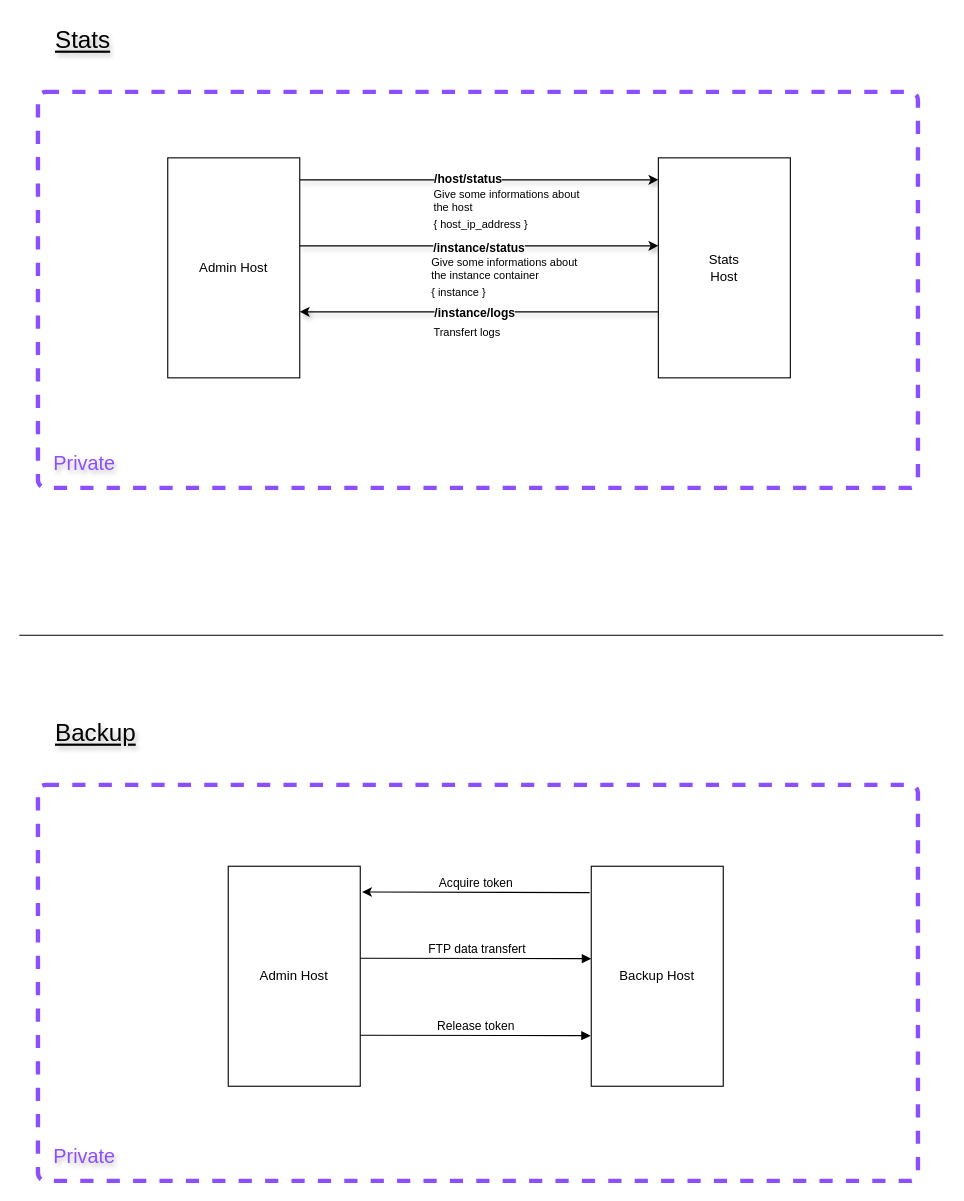
Above: doc/Admin.drawio in yesbabylon/b2 (draw.io), before the change. Source tidied: cells renumbered, new cells numbered last; positions are measured from the earlier drawing's top-left corner, leaving out a move shared by most shapes. Both pictures are drawn from the tidied source at 110%, with x=0, y=0 at pixel (19, 19).
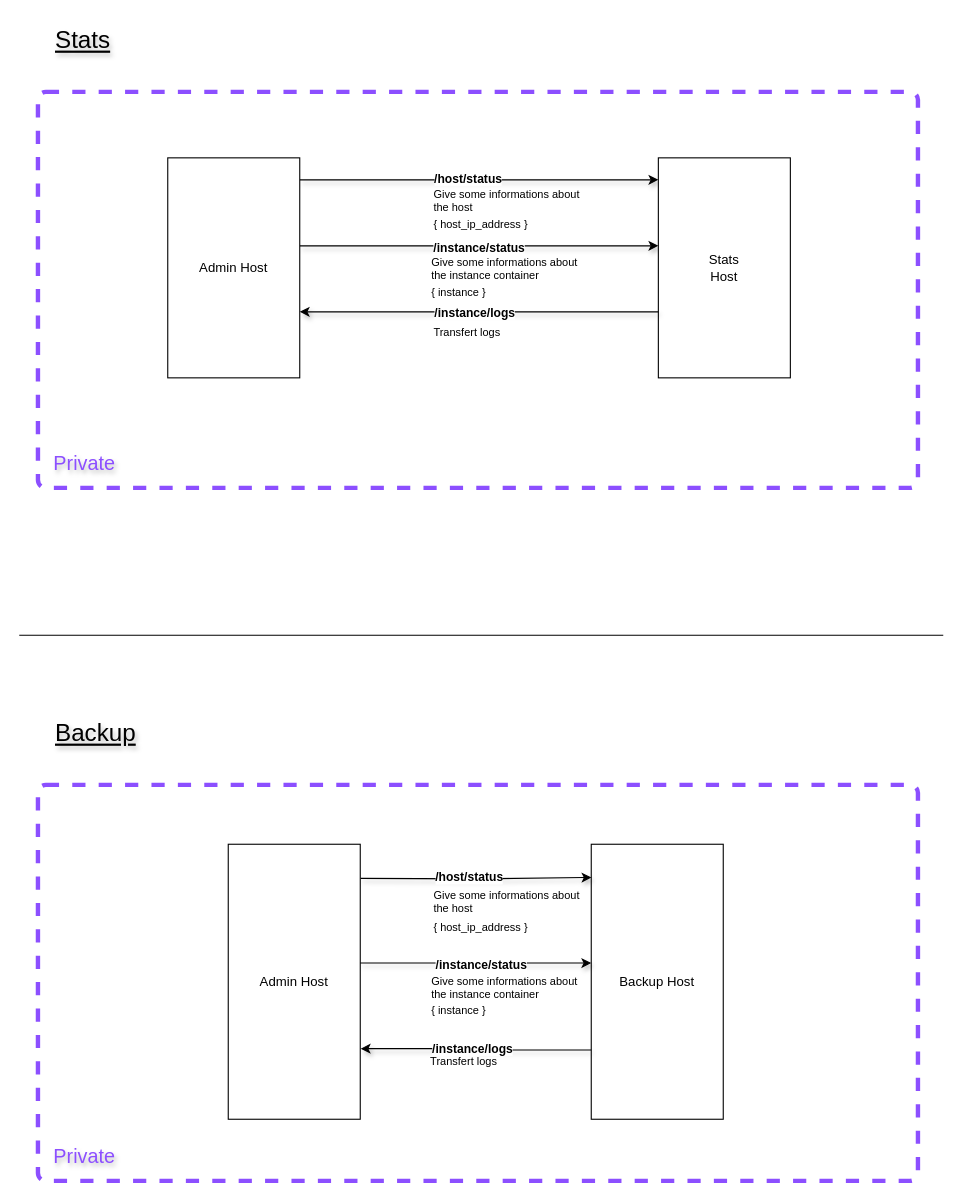
The same page after the edit.

Commit message (it also covers changes not shown here):
Added admin chart

Diff of the diagram source:
```diff
@@
-    <mxCell id="19" value="Acquire token" style="html=1;verticalAlign=bottom;endArrow=none;edgeStyle=elbowEdgeStyle;elbow=vertical;curved=0;rounded=0;startArrow=classic;startFill=1;endFill=0;exitX=1.014;exitY=0.117;exitDx=0;exitDy=0;exitPerimeter=0;entryX=-0.012;entryY=0.116;entryDx=0;entryDy=0;entryPerimeter=0;" parent="1" edge="1" source="25" target="26">
-      <mxGeometry relative="1" as="geometry">
-        <Array as="points">
-          <mxPoint x="402" y="794" />
-        </Array>
-      </mxGeometry>
-    </mxCell>
-    <mxCell id="20" value="FTP data transfert" style="html=1;verticalAlign=bottom;endArrow=block;edgeStyle=elbowEdgeStyle;elbow=vertical;curved=0;rounded=0;entryX=0;entryY=0.417;entryDx=0;entryDy=0;entryPerimeter=0;exitX=1;exitY=0.418;exitDx=0;exitDy=0;exitPerimeter=0;" parent="1" edge="1" source="25" target="26">
-      <mxGeometry relative="1" as="geometry">
-        <Array as="points">
-          <mxPoint x="402" y="854" />
-        </Array>
-      </mxGeometry>
-    </mxCell>
-    <mxCell id="21" value="Release token" style="html=1;verticalAlign=bottom;endArrow=block;edgeStyle=elbowEdgeStyle;elbow=vertical;curved=0;rounded=0;exitX=1;exitY=0.768;exitDx=0;exitDy=0;exitPerimeter=0;entryX=-0.004;entryY=0.766;entryDx=0;entryDy=0;entryPerimeter=0;" parent="1" edge="1" source="25" target="26">
-      <mxGeometry relative="1" as="geometry">
-        <Array as="points">
-          <mxPoint x="402" y="924" />
-        </Array>
-      </mxGeometry>
-    </mxCell>
@@
     <mxCell id="25" value="Admin Host" style="whiteSpace=wrap;html=1;" parent="1" vertex="1">
-      <mxGeometry x="190" y="770" width="120" height="200" as="geometry" />
+      <mxGeometry x="190" y="750" width="120" height="250" as="geometry" />
     </mxCell>
     <mxCell id="26" value="Backup Host" style="whiteSpace=wrap;html=1;" parent="1" vertex="1">
-      <mxGeometry x="520" y="770" width="120" height="200" as="geometry" />
+      <mxGeometry x="520" y="750" width="120" height="250" as="geometry" />
     </mxCell>
+    <mxCell id="27" style="edgeStyle=orthogonalEdgeStyle;rounded=0;orthogonalLoop=1;jettySize=auto;html=1;entryX=0.002;entryY=0.201;entryDx=0;entryDy=0;shadow=1;textShadow=1;fontStyle=1;exitX=1.003;exitY=0.204;exitDx=0;exitDy=0;exitPerimeter=0;entryPerimeter=0;" parent="1" edge="1">
+      <mxGeometry relative="1" as="geometry">
+        <mxPoint x="310.4" y="781" as="sourcePoint" />
+        <mxPoint x="520.2" y="780.2" as="targetPoint" />
+      </mxGeometry>
+    </mxCell>
+    <mxCell id="28" value="&lt;b&gt;/host/status&lt;/b&gt;" style="edgeLabel;html=1;align=center;verticalAlign=middle;textShadow=0;" parent="27" vertex="1">
+      <mxGeometry x="-0.07" y="2" relative="1" as="geometry" />
+    </mxCell>
+    <mxCell id="29" style="edgeStyle=orthogonalEdgeStyle;rounded=0;orthogonalLoop=1;jettySize=auto;html=1;exitX=1;exitY=0.5;exitDx=0;exitDy=0;shadow=1;textShadow=1;fontStyle=1;" parent="1" edge="1">
+      <mxGeometry relative="1" as="geometry">
+        <mxPoint x="310" y="858" as="sourcePoint" />
+        <mxPoint x="520" y="858" as="targetPoint" />
+      </mxGeometry>
+    </mxCell>
+    <mxCell id="30" value="&lt;b&gt;/instance/status&lt;/b&gt;" style="edgeLabel;html=1;align=center;verticalAlign=middle;textShadow=0;" parent="29" vertex="1">
+      <mxGeometry x="-0.08" y="-1" relative="1" as="geometry">
+        <mxPoint x="12" as="offset" />
+      </mxGeometry>
+    </mxCell>
+    <mxCell id="31" style="edgeStyle=orthogonalEdgeStyle;rounded=0;orthogonalLoop=1;jettySize=auto;html=1;exitX=1.003;exitY=0.811;exitDx=0;exitDy=0;entryX=0;entryY=0.816;entryDx=0;entryDy=0;shadow=1;textShadow=1;fontStyle=1;endArrow=none;endFill=0;startArrow=classic;startFill=1;exitPerimeter=0;entryPerimeter=0;" parent="1" edge="1">
+      <mxGeometry relative="1" as="geometry">
+        <mxPoint x="310.4" y="935.8" as="sourcePoint" />
+        <mxPoint x="520" y="937" as="targetPoint" />
+        <Array as="points">
+          <mxPoint x="416" y="936" />
+          <mxPoint x="416" y="937" />
+        </Array>
+      </mxGeometry>
+    </mxCell>
+    <mxCell id="32" value="&lt;b&gt;/instance/logs&lt;/b&gt;" style="edgeLabel;html=1;align=center;verticalAlign=middle;textShadow=0;" parent="31" vertex="1">
+      <mxGeometry x="-0.08" y="-1" relative="1" as="geometry">
+        <mxPoint x="4" y="-1" as="offset" />
+      </mxGeometry>
+    </mxCell>
+    <mxCell id="33" value="&lt;font style=&quot;font-size: 10px;&quot;&gt;{ host_ip_address }&lt;/font&gt;" style="text;html=1;align=left;verticalAlign=middle;strokeColor=none;fillColor=none;fontSize=10;" parent="1" vertex="1">
+      <mxGeometry x="375" y="810" width="110" height="30" as="geometry" />
+    </mxCell>
+    <mxCell id="34" value="&lt;font style=&quot;font-size: 10px;&quot;&gt;Give some informations about &lt;br&gt;the host&lt;/font&gt;" style="text;html=1;align=left;verticalAlign=middle;strokeColor=none;fillColor=none;fontSize=10;" parent="1" vertex="1">
+      <mxGeometry x="375" y="782" width="160" height="40" as="geometry" />
+    </mxCell>
+    <mxCell id="35" value="&lt;font style=&quot;font-size: 10px;&quot;&gt;{ instance }&lt;/font&gt;" style="text;html=1;align=left;verticalAlign=middle;strokeColor=none;fillColor=none;fontSize=10;" parent="1" vertex="1">
+      <mxGeometry x="373" y="886" width="70" height="30" as="geometry" />
+    </mxCell>
+    <mxCell id="36" value="&lt;font style=&quot;font-size: 10px;&quot;&gt;Give some informations about &lt;br&gt;the instance container&lt;/font&gt;" style="text;html=1;align=left;verticalAlign=middle;strokeColor=none;fillColor=none;fontSize=10;" parent="1" vertex="1">
+      <mxGeometry x="373" y="860" width="160" height="40" as="geometry" />
+    </mxCell>
+    <mxCell id="37" value="Transfert logs" style="text;html=1;align=left;verticalAlign=middle;strokeColor=none;fillColor=none;fontSize=10;" parent="1" vertex="1">
+      <mxGeometry x="372" y="932" width="80" height="30" as="geometry" />
+    </mxCell>
```
